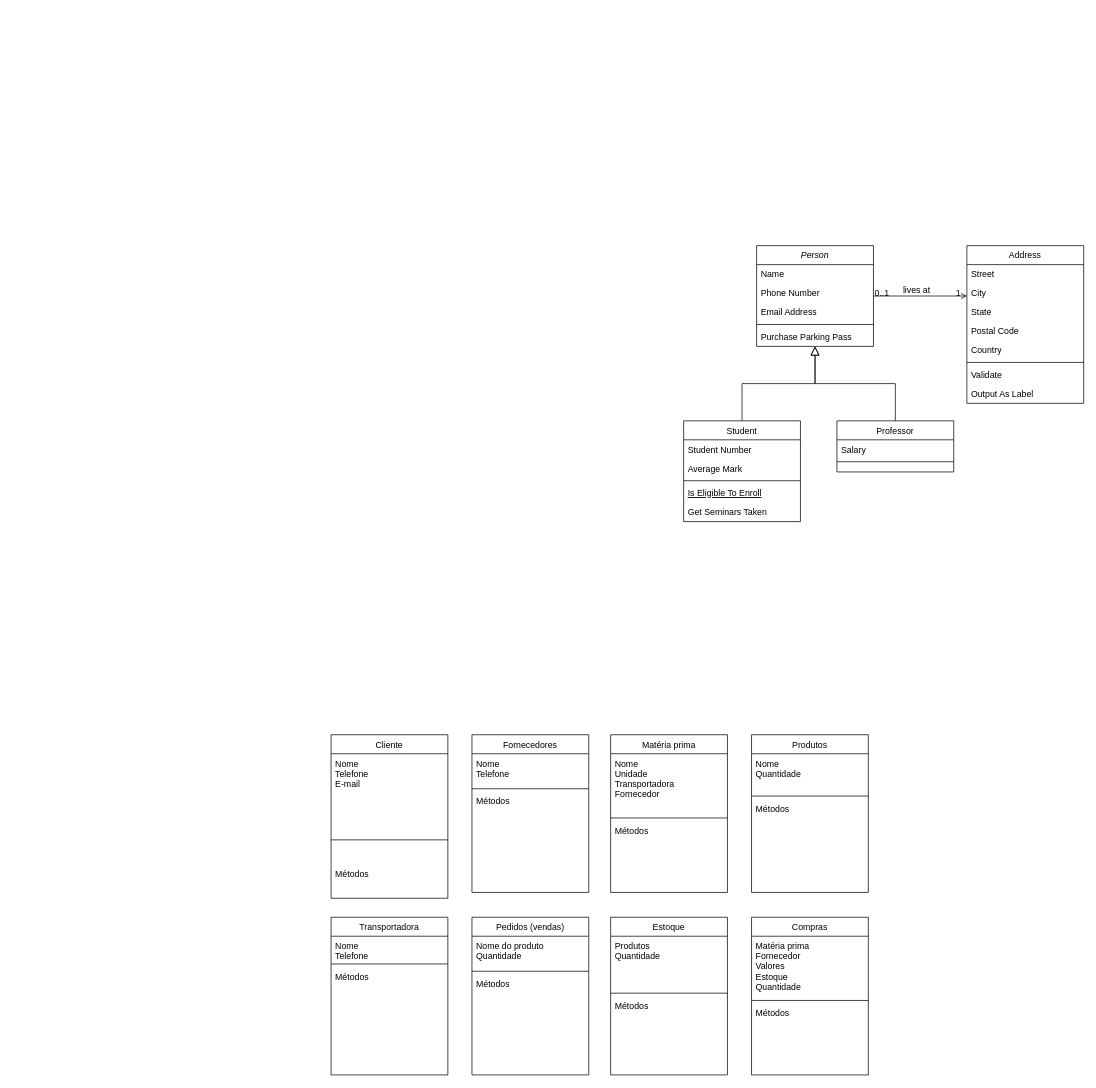
The draw.io diagram diagramadeclasses.drawio in Barrosmaria07/fluxograma, before the edit. Source tidied: cells renumbered, new cells numbered last; positions are measured from the earlier drawing's top-left corner, leaving out a move shared by most shapes. Both pictures are drawn from the tidied source at 73%, with x=0, y=0 at pixel (331, 245).
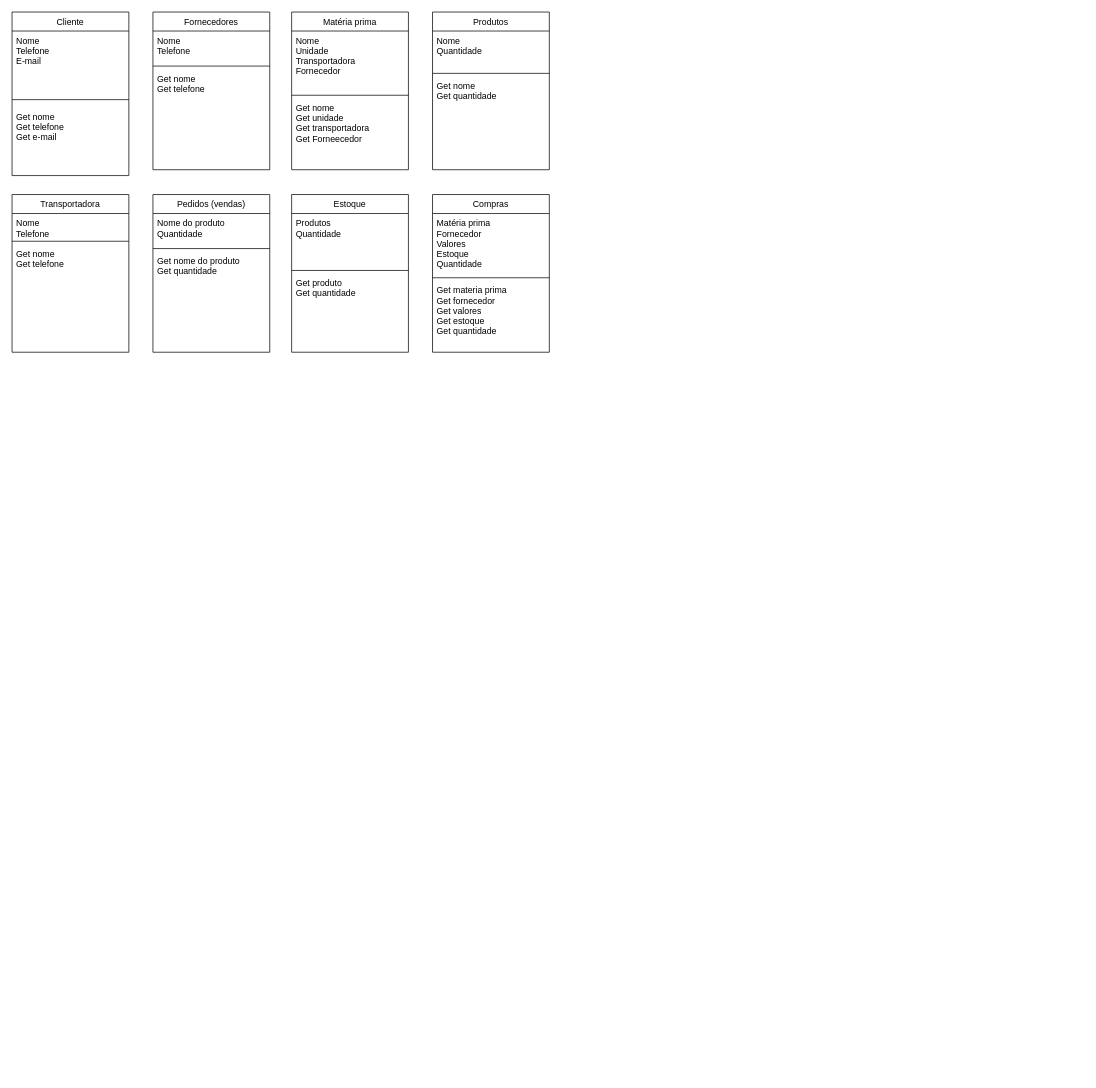
After the change.

The edit, as a diff of the source:
```diff
@@
-    <mxCell id="2" value="Person" style="swimlane;fontStyle=2;align=center;verticalAlign=top;horizontal=1;startSize=26;rounded=0;shadow=0;strokeWidth=1;" parent="1" vertex="1">
-      <mxGeometry x="583" width="160" height="138" as="geometry" />
-    </mxCell>
-    <mxCell id="3" value="Name" style="text;align=left;verticalAlign=top;spacingLeft=4;spacingRight=4;overflow=hidden;" parent="2" vertex="1">
-      <mxGeometry y="26" width="160" height="26" as="geometry" />
-    </mxCell>
-    <mxCell id="4" value="Phone Number" style="text;align=left;verticalAlign=top;spacingLeft=4;spacingRight=4;overflow=hidden;rounded=0;shadow=0;html=0;" parent="2" vertex="1">
-      <mxGeometry y="52" width="160" height="26" as="geometry" />
-    </mxCell>
-    <mxCell id="5" value="Email Address" style="text;align=left;verticalAlign=top;spacingLeft=4;spacingRight=4;overflow=hidden;rounded=0;shadow=0;html=0;" parent="2" vertex="1">
-      <mxGeometry y="78" width="160" height="26" as="geometry" />
-    </mxCell>
-    <mxCell id="6" style="line;html=1;strokeWidth=1;align=left;verticalAlign=middle;spacingTop=-1;spacingLeft=3;spacingRight=3;labelPosition=right;" parent="2" vertex="1">
-      <mxGeometry y="104" width="160" height="8" as="geometry" />
-    </mxCell>
-    <mxCell id="7" value="Purchase Parking Pass" style="text;align=left;verticalAlign=top;spacingLeft=4;spacingRight=4;overflow=hidden;" parent="2" vertex="1">
-      <mxGeometry y="112" width="160" height="26" as="geometry" />
-    </mxCell>
-    <mxCell id="8" value="Student" style="swimlane;fontStyle=0;align=center;verticalAlign=top;horizontal=1;startSize=26;rounded=0;shadow=0;strokeWidth=1;" parent="1" vertex="1">
-      <mxGeometry x="483" y="240" width="160" height="138" as="geometry" />
-    </mxCell>
-    <mxCell id="9" value="Student Number" style="text;align=left;verticalAlign=top;spacingLeft=4;spacingRight=4;overflow=hidden;" parent="8" vertex="1">
-      <mxGeometry y="26" width="160" height="26" as="geometry" />
-    </mxCell>
-    <mxCell id="10" value="Average Mark" style="text;align=left;verticalAlign=top;spacingLeft=4;spacingRight=4;overflow=hidden;rounded=0;shadow=0;html=0;" parent="8" vertex="1">
-      <mxGeometry y="52" width="160" height="26" as="geometry" />
-    </mxCell>
-    <mxCell id="11" style="line;html=1;strokeWidth=1;align=left;verticalAlign=middle;spacingTop=-1;spacingLeft=3;spacingRight=3;labelPosition=right;" parent="8" vertex="1">
-      <mxGeometry y="78" width="160" height="8" as="geometry" />
-    </mxCell>
-    <mxCell id="12" value="Is Eligible To Enroll" style="text;align=left;verticalAlign=top;spacingLeft=4;spacingRight=4;overflow=hidden;fontStyle=4;" parent="8" vertex="1">
-      <mxGeometry y="86" width="160" height="26" as="geometry" />
-    </mxCell>
-    <mxCell id="13" value="Get Seminars Taken" style="text;align=left;verticalAlign=top;spacingLeft=4;spacingRight=4;overflow=hidden;" parent="8" vertex="1">
-      <mxGeometry y="112" width="160" height="26" as="geometry" />
-    </mxCell>
-    <mxCell id="14" style="endArrow=block;endSize=10;endFill=0;shadow=0;strokeWidth=1;rounded=0;curved=0;edgeStyle=elbowEdgeStyle;elbow=vertical;" parent="1" edge="1" source="8" target="2">
-      <mxGeometry relative="1" as="geometry" />
-    </mxCell>
-    <mxCell id="15" value="Professor" style="swimlane;fontStyle=0;align=center;verticalAlign=top;horizontal=1;startSize=26;rounded=0;shadow=0;strokeWidth=1;" parent="1" vertex="1">
-      <mxGeometry x="693" y="240" width="160" height="70" as="geometry" />
-    </mxCell>
-    <mxCell id="16" value="Salary" style="text;align=left;verticalAlign=top;spacingLeft=4;spacingRight=4;overflow=hidden;" parent="15" vertex="1">
-      <mxGeometry y="26" width="160" height="26" as="geometry" />
-    </mxCell>
-    <mxCell id="17" style="line;html=1;strokeWidth=1;align=left;verticalAlign=middle;spacingTop=-1;spacingLeft=3;spacingRight=3;labelPosition=right;" parent="15" vertex="1">
-      <mxGeometry y="52" width="160" height="8" as="geometry" />
-    </mxCell>
-    <mxCell id="18" style="endArrow=block;endSize=10;endFill=0;shadow=0;strokeWidth=1;rounded=0;curved=0;edgeStyle=elbowEdgeStyle;elbow=vertical;" parent="1" edge="1" source="15" target="2">
-      <mxGeometry relative="1" as="geometry" />
-    </mxCell>
-    <mxCell id="19" value="Address" style="swimlane;fontStyle=0;align=center;verticalAlign=top;horizontal=1;startSize=26;rounded=0;shadow=0;strokeWidth=1;" parent="1" vertex="1">
-      <mxGeometry x="871" width="160" height="216" as="geometry" />
-    </mxCell>
-    <mxCell id="20" value="Street" style="text;align=left;verticalAlign=top;spacingLeft=4;spacingRight=4;overflow=hidden;" parent="19" vertex="1">
-      <mxGeometry y="26" width="160" height="26" as="geometry" />
-    </mxCell>
-    <mxCell id="21" value="City" style="text;align=left;verticalAlign=top;spacingLeft=4;spacingRight=4;overflow=hidden;rounded=0;shadow=0;html=0;" parent="19" vertex="1">
-      <mxGeometry y="52" width="160" height="26" as="geometry" />
-    </mxCell>
-    <mxCell id="22" value="State" style="text;align=left;verticalAlign=top;spacingLeft=4;spacingRight=4;overflow=hidden;rounded=0;shadow=0;html=0;" parent="19" vertex="1">
-      <mxGeometry y="78" width="160" height="26" as="geometry" />
-    </mxCell>
-    <mxCell id="23" value="Postal Code" style="text;align=left;verticalAlign=top;spacingLeft=4;spacingRight=4;overflow=hidden;rounded=0;shadow=0;html=0;" parent="19" vertex="1">
-      <mxGeometry y="104" width="160" height="26" as="geometry" />
-    </mxCell>
-    <mxCell id="24" value="Country" style="text;align=left;verticalAlign=top;spacingLeft=4;spacingRight=4;overflow=hidden;rounded=0;shadow=0;html=0;" parent="19" vertex="1">
-      <mxGeometry y="130" width="160" height="26" as="geometry" />
-    </mxCell>
-    <mxCell id="25" style="line;html=1;strokeWidth=1;align=left;verticalAlign=middle;spacingTop=-1;spacingLeft=3;spacingRight=3;labelPosition=right;" parent="19" vertex="1">
-      <mxGeometry y="156" width="160" height="8" as="geometry" />
-    </mxCell>
-    <mxCell id="26" value="Validate" style="text;align=left;verticalAlign=top;spacingLeft=4;spacingRight=4;overflow=hidden;" parent="19" vertex="1">
-      <mxGeometry y="164" width="160" height="26" as="geometry" />
-    </mxCell>
-    <mxCell id="27" value="Output As Label" style="text;align=left;verticalAlign=top;spacingLeft=4;spacingRight=4;overflow=hidden;" parent="19" vertex="1">
-      <mxGeometry y="190" width="160" height="26" as="geometry" />
-    </mxCell>
-    <mxCell id="28" style="endArrow=open;shadow=0;strokeWidth=1;rounded=0;curved=0;endFill=1;edgeStyle=elbowEdgeStyle;elbow=vertical;" parent="1" edge="1" source="2" target="19">
-      <mxGeometry x="0.5" y="41" relative="1" as="geometry">
-        <mxPoint x="-40" y="32" as="offset" />
-      </mxGeometry>
-    </mxCell>
-    <mxCell id="29" value="0..1" style="align=left;verticalAlign=bottom;labelBackgroundColor=none;fontSize=12;" parent="28" vertex="1">
-      <mxGeometry x="-1" relative="1" as="geometry">
-        <mxPoint y="4" as="offset" />
-      </mxGeometry>
-    </mxCell>
-    <mxCell id="30" value="1" style="align=right;verticalAlign=bottom;labelBackgroundColor=none;fontSize=12;" parent="28" vertex="1">
-      <mxGeometry x="1" relative="1" as="geometry">
-        <mxPoint x="-7" y="4" as="offset" />
-      </mxGeometry>
-    </mxCell>
-    <mxCell id="31" value="lives at" style="text;html=1;align=center;verticalAlign=middle;labelBackgroundColor=none;rounded=0;shadow=0;strokeWidth=1;fontSize=12;" parent="28" vertex="1">
-      <mxGeometry x="0.5" y="49" relative="1" as="geometry">
-        <mxPoint x="-38" y="40" as="offset" />
-      </mxGeometry>
-    </mxCell>
+    <mxCell id="64" style="group;" parent="1" vertex="1">
+      <mxGeometry x="-437" y="-320" width="736" height="466" as="geometry" />
+    </mxCell>
-    <mxCell id="32" value="Transportadora" style="swimlane;fontStyle=0;align=center;verticalAlign=top;horizontal=1;startSize=26;rounded=0;shadow=0;strokeWidth=1;" parent="1" vertex="1">
-      <mxGeometry y="920" width="160" height="216" as="geometry" />
+    <mxCell id="32" value="Transportadora" style="swimlane;fontStyle=0;align=center;verticalAlign=top;horizontal=1;startSize=26;rounded=0;shadow=0;strokeWidth=1;" parent="64" vertex="1">
+      <mxGeometry y="250" width="160" height="216" as="geometry" />
     </mxCell>
@@
-    <mxCell id="35" value="Métodos" style="text;align=left;verticalAlign=top;spacingLeft=4;spacingRight=4;overflow=hidden;" parent="32" vertex="1">
-      <mxGeometry y="68" width="160" height="26" as="geometry" />
+    <mxCell id="35" value="Get nome &#10;Get telefone&#10;" style="text;align=left;verticalAlign=top;spacingLeft=4;spacingRight=4;overflow=hidden;" parent="32" vertex="1">
+      <mxGeometry y="68" width="160" height="82" as="geometry" />
     </mxCell>
-    <mxCell id="36" value="Fornecedores" style="swimlane;fontStyle=0;align=center;verticalAlign=top;horizontal=1;startSize=26;rounded=0;shadow=0;strokeWidth=1;" parent="1" vertex="1">
-      <mxGeometry x="193" y="670" width="160" height="216" as="geometry" />
+    <mxCell id="36" value="Fornecedores" style="swimlane;fontStyle=0;align=center;verticalAlign=top;horizontal=1;startSize=26;rounded=0;shadow=0;strokeWidth=1;" parent="64" vertex="1">
+      <mxGeometry x="193" width="160" height="216" as="geometry" />
     </mxCell>
@@
-    <mxCell id="39" value="Métodos" style="text;align=left;verticalAlign=top;spacingLeft=4;spacingRight=4;overflow=hidden;" parent="36" vertex="1">
-      <mxGeometry y="78" width="160" height="26" as="geometry" />
+    <mxCell id="39" value="Get nome &#10;Get telefone&#10;" style="text;align=left;verticalAlign=top;spacingLeft=4;spacingRight=4;overflow=hidden;" parent="36" vertex="1">
+      <mxGeometry y="78" width="160" height="42" as="geometry" />
     </mxCell>
-    <mxCell id="40" value="Estoque" style="swimlane;fontStyle=0;align=center;verticalAlign=top;horizontal=1;startSize=26;rounded=0;shadow=0;strokeWidth=1;" parent="1" vertex="1">
-      <mxGeometry x="383" y="920" width="160" height="216" as="geometry" />
+    <mxCell id="40" value="Estoque" style="swimlane;fontStyle=0;align=center;verticalAlign=top;horizontal=1;startSize=26;rounded=0;shadow=0;strokeWidth=1;" parent="64" vertex="1">
+      <mxGeometry x="383" y="250" width="160" height="216" as="geometry" />
     </mxCell>
@@
-    <mxCell id="43" value="Métodos" style="text;align=left;verticalAlign=top;spacingLeft=4;spacingRight=4;overflow=hidden;" parent="40" vertex="1">
-      <mxGeometry y="108" width="160" height="26" as="geometry" />
+    <mxCell id="43" value="Get produto&#10;Get quantidade&#10;" style="text;align=left;verticalAlign=top;spacingLeft=4;spacingRight=4;overflow=hidden;" parent="40" vertex="1">
+      <mxGeometry y="108" width="160" height="42" as="geometry" />
     </mxCell>
-    <mxCell id="44" value="Compras" style="swimlane;fontStyle=0;align=center;verticalAlign=top;horizontal=1;startSize=26;rounded=0;shadow=0;strokeWidth=1;" parent="1" vertex="1">
-      <mxGeometry x="576" y="920" width="160" height="216" as="geometry" />
+    <mxCell id="44" value="Compras" style="swimlane;fontStyle=0;align=center;verticalAlign=top;horizontal=1;startSize=26;rounded=0;shadow=0;strokeWidth=1;" parent="64" vertex="1">
+      <mxGeometry x="576" y="250" width="160" height="216" as="geometry" />
     </mxCell>
@@
-    <mxCell id="47" value="Métodos" style="text;align=left;verticalAlign=top;spacingLeft=4;spacingRight=4;overflow=hidden;" parent="44" vertex="1">
-      <mxGeometry y="118" width="160" height="26" as="geometry" />
+    <mxCell id="47" value="Get materia prima&#10;Get fornecedor&#10;Get valores&#10;Get estoque &#10;Get quantidade" style="text;align=left;verticalAlign=top;spacingLeft=4;spacingRight=4;overflow=hidden;" parent="44" vertex="1">
+      <mxGeometry y="118" width="160" height="82" as="geometry" />
     </mxCell>
-    <mxCell id="48" value="Cliente" style="swimlane;fontStyle=0;align=center;verticalAlign=top;horizontal=1;startSize=26;rounded=0;shadow=0;strokeWidth=1;" parent="1" vertex="1">
-      <mxGeometry y="670" width="160" height="224" as="geometry" />
+    <mxCell id="48" value="Cliente" style="swimlane;fontStyle=0;align=center;verticalAlign=top;horizontal=1;startSize=26;rounded=0;shadow=0;strokeWidth=1;" parent="64" vertex="1">
+      <mxGeometry width="160" height="224" as="geometry" />
     </mxCell>
@@
     <mxCell id="50" style="line;html=1;strokeWidth=1;align=left;verticalAlign=middle;spacingTop=-1;spacingLeft=3;spacingRight=3;labelPosition=right;" parent="48" vertex="1">
-      <mxGeometry y="110" width="160" height="68" as="geometry" />
+      <mxGeometry y="110" width="160" height="20" as="geometry" />
     </mxCell>
-    <mxCell id="51" value="Métodos" style="text;align=left;verticalAlign=top;spacingLeft=4;spacingRight=4;overflow=hidden;" parent="48" vertex="1">
-      <mxGeometry y="178" width="160" height="26" as="geometry" />
+    <mxCell id="51" value="Get nome &#10;Get telefone&#10;Get e-mail" style="text;align=left;verticalAlign=top;spacingLeft=4;spacingRight=4;overflow=hidden;" parent="48" vertex="1">
+      <mxGeometry y="130" width="160" height="50" as="geometry" />
     </mxCell>
-    <mxCell id="52" value="Pedidos (vendas)" style="swimlane;fontStyle=0;align=center;verticalAlign=top;horizontal=1;startSize=26;rounded=0;shadow=0;strokeWidth=1;" parent="1" vertex="1">
-      <mxGeometry x="193" y="920" width="160" height="216" as="geometry" />
+    <mxCell id="52" value="Pedidos (vendas)" style="swimlane;fontStyle=0;align=center;verticalAlign=top;horizontal=1;startSize=26;rounded=0;shadow=0;strokeWidth=1;" parent="64" vertex="1">
+      <mxGeometry x="193" y="250" width="160" height="216" as="geometry" />
     </mxCell>
@@
-    <mxCell id="55" value="Métodos" style="text;align=left;verticalAlign=top;spacingLeft=4;spacingRight=4;overflow=hidden;" parent="52" vertex="1">
-      <mxGeometry y="78" width="160" height="26" as="geometry" />
+    <mxCell id="55" value="Get nome do produto &#10;Get quantidade&#10;" style="text;align=left;verticalAlign=top;spacingLeft=4;spacingRight=4;overflow=hidden;" parent="52" vertex="1">
+      <mxGeometry y="78" width="160" height="52" as="geometry" />
     </mxCell>
-    <mxCell id="56" value="Matéria prima" style="swimlane;fontStyle=0;align=center;verticalAlign=top;horizontal=1;startSize=26;rounded=0;shadow=0;strokeWidth=1;" parent="1" vertex="1">
-      <mxGeometry x="383" y="670" width="160" height="216" as="geometry" />
+    <mxCell id="56" value="Matéria prima" style="swimlane;fontStyle=0;align=center;verticalAlign=top;horizontal=1;startSize=26;rounded=0;shadow=0;strokeWidth=1;" parent="64" vertex="1">
+      <mxGeometry x="383" width="160" height="216" as="geometry" />
     </mxCell>
@@
-    <mxCell id="59" value="Métodos" style="text;align=left;verticalAlign=top;spacingLeft=4;spacingRight=4;overflow=hidden;" parent="56" vertex="1">
-      <mxGeometry y="118" width="160" height="26" as="geometry" />
+    <mxCell id="59" value="Get nome &#10;Get unidade&#10;Get transportadora&#10;Get Forneecedor&#10;&#10;" style="text;align=left;verticalAlign=top;spacingLeft=4;spacingRight=4;overflow=hidden;" parent="56" vertex="1">
+      <mxGeometry y="118" width="160" height="62" as="geometry" />
     </mxCell>
-    <mxCell id="60" value="Produtos" style="swimlane;fontStyle=0;align=center;verticalAlign=top;horizontal=1;startSize=26;rounded=0;shadow=0;strokeWidth=1;" parent="1" vertex="1">
-      <mxGeometry x="576" y="670" width="160" height="216" as="geometry" />
+    <mxCell id="60" value="Produtos" style="swimlane;fontStyle=0;align=center;verticalAlign=top;horizontal=1;startSize=26;rounded=0;shadow=0;strokeWidth=1;" parent="64" vertex="1">
+      <mxGeometry x="576" width="160" height="216" as="geometry" />
     </mxCell>
@@
-    <mxCell id="63" value="Métodos" style="text;align=left;verticalAlign=top;spacingLeft=4;spacingRight=4;overflow=hidden;" parent="60" vertex="1">
-      <mxGeometry y="88" width="160" height="26" as="geometry" />
+    <mxCell id="63" value="Get nome &#10;Get quantidade&#10;" style="text;align=left;verticalAlign=top;spacingLeft=4;spacingRight=4;overflow=hidden;" parent="60" vertex="1">
+      <mxGeometry y="88" width="160" height="82" as="geometry" />
     </mxCell>
```
